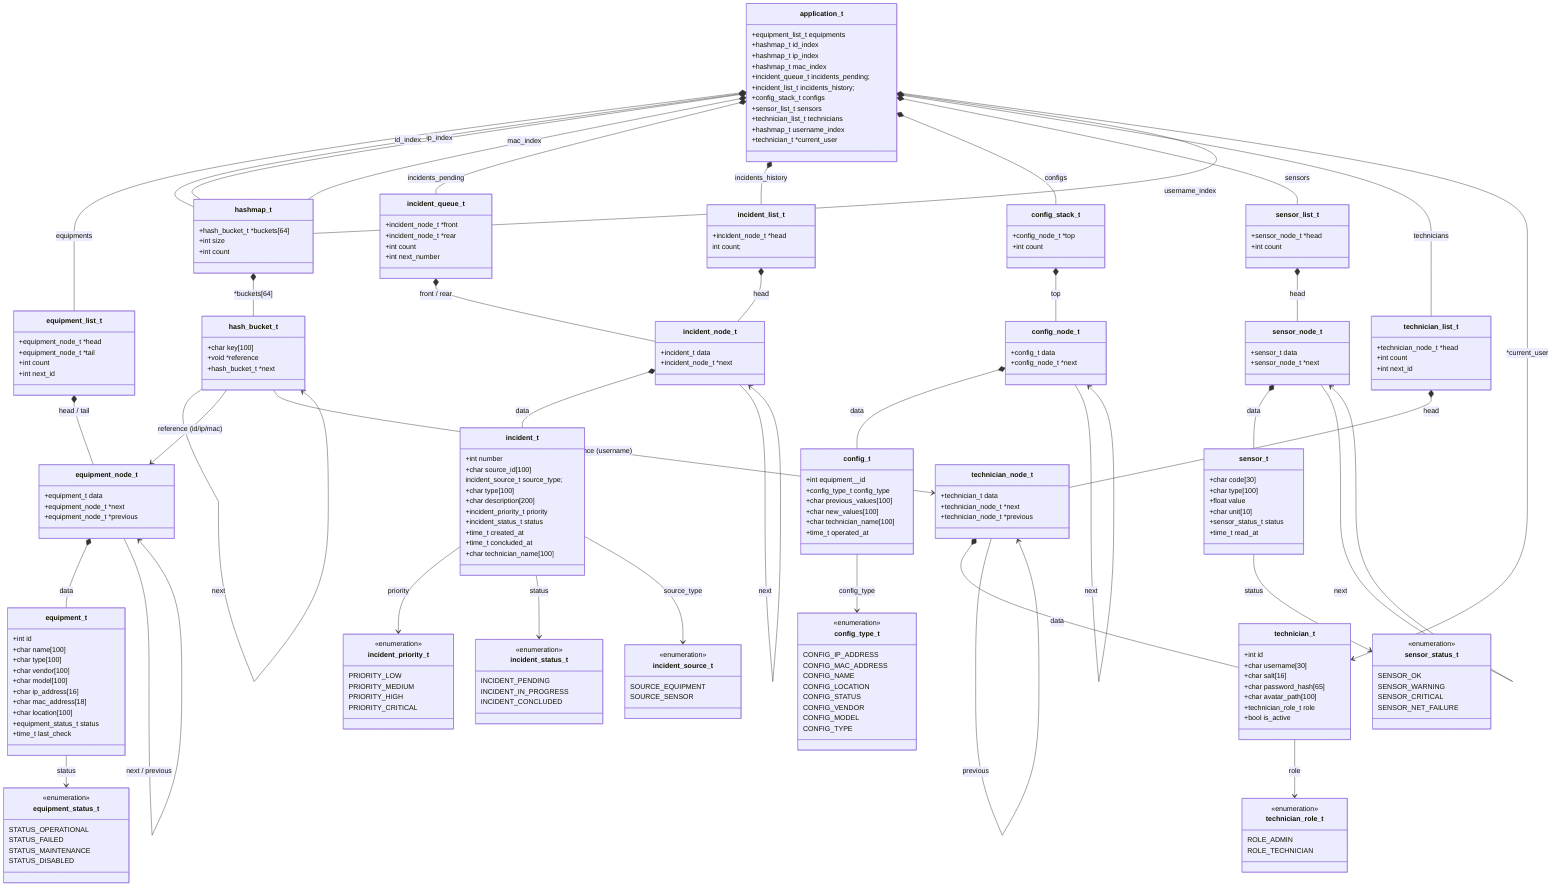
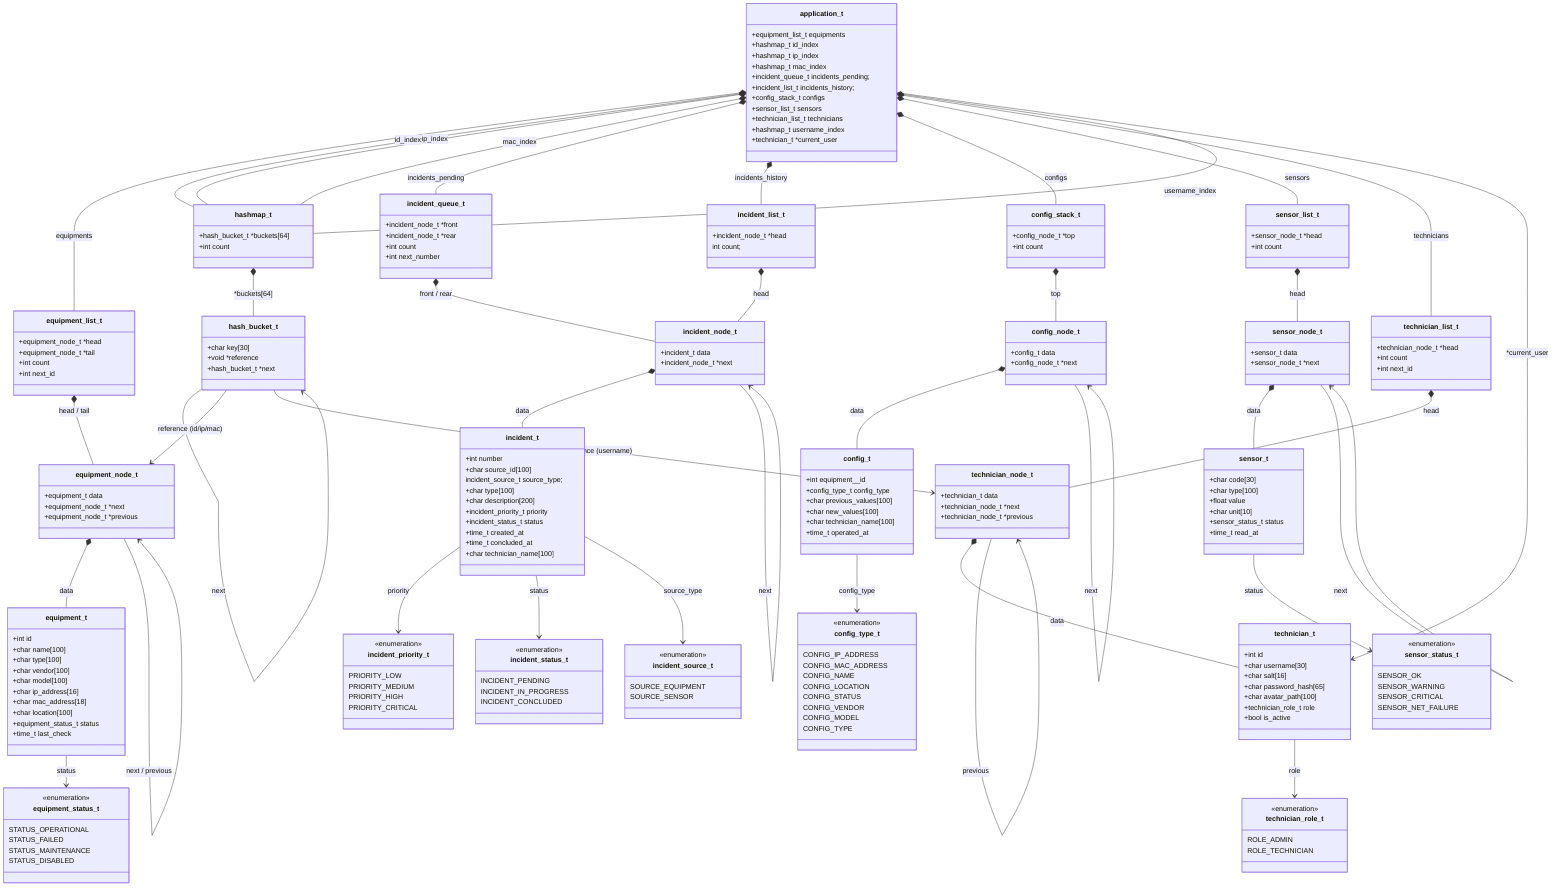
classDiagram

class application_t {
  +equipment_list_t       equipments
  +hashmap_t              id_index
  +hashmap_t              ip_index
  +hashmap_t              mac_index
  +incident_queue_t       incidents_pending;
  +incident_list_t        incidents_history;
  +config_stack_t         configs
  +sensor_list_t          sensors
  +technician_list_t      technicians
  +hashmap_t              username_index
  +technician_t           *current_user
}


class equipment_t {
  +int                     id
  +char                    name[100]
  +char                    type[100]
  +char                    vendor[100]
  +char                    model[100]
  +char                    ip_address[16]
  +char                    mac_address[18]
  +char                    location[100]
  +equipment_status_t      status
  +time_t                  last_check
}

class equipment_node_t {
  +equipment_t           data
  +equipment_node_t      *next
  +equipment_node_t      *previous
}

class equipment_list_t {
  +equipment_node_t      *head
  +equipment_node_t      *tail
  +int                   count
  +int                   next_id
}



class incident_t {
  +int                      number
  +char                     source_id[100]
  incident_source_t         source_type;
  +char                     type[100]
  +char                     description[200]
  +incident_priority_t      priority
  +incident_status_t        status
  +time_t                   created_at
  +time_t                   concluded_at
  +char                     technician_name[100]
}

class incident_node_t {
  +incident_t           data
  +incident_node_t      *next
}

class incident_queue_t {
  +incident_node_t      *front
  +incident_node_t      *rear
  +int                  count
  +int                  next_number
}

class incident_list_t {
  +incident_node_t      *head
  int                   count;
}



class config_t {
  +int                equipment__id
  +config_type_t      config_type
  +char               previous_values[100]
  +char               new_values[100]
  +char               technician_name[100]
  +time_t             operated_at
}

class config_node_t {
  +config_t           data
  +config_node_t      *next
}

class config_stack_t {
  +config_node_t      *top
  +int                count
}



class sensor_t {
  +char                 code[30]
  +char                 type[100]
  +float                value
  +char                 unit[10]
  +sensor_status_t      status
  +time_t               read_at
}

class sensor_node_t {
  +sensor_t           data
  +sensor_node_t      *next
}

class sensor_list_t {
  +sensor_node_t      *head
  +int                count
}



class technician_t {
  +int                    id
  +char                   username[30]
  +char                   salt[16]
  +char                   password_hash[65]
  +char                   avatar_path[100]
  +technician_role_t      role
  +bool                   is_active
}

class technician_node_t {
  +technician_t           data
  +technician_node_t      *next
  +technician_node_t      *previous
}

class technician_list_t {
  +technician_node_t      *head
  +int                    count
  +int                    next_id
}



class hashmap_t {
  +hash_bucket_t      *buckets[64]
-   +int                size
  +int                count
}

class hash_bucket_t {
-   +char               key[100]
+   +char               key[30]
  +void               *reference
  +hash_bucket_t      *next
}



class equipment_status_t {
  <<enumeration>>
  STATUS_OPERATIONAL
  STATUS_FAILED
  STATUS_MAINTENANCE
  STATUS_DISABLED
}

class incident_priority_t {
  <<enumeration>>
  PRIORITY_LOW
  PRIORITY_MEDIUM
  PRIORITY_HIGH
  PRIORITY_CRITICAL
}

class incident_status_t {
  <<enumeration>>
  INCIDENT_PENDING
  INCIDENT_IN_PROGRESS
  INCIDENT_CONCLUDED
}

class incident_source_t {
  <<enumeration>>
  SOURCE_EQUIPMENT
  SOURCE_SENSOR
}

class config_type_t {
  <<enumeration>>
  CONFIG_IP_ADDRESS
  CONFIG_MAC_ADDRESS
  CONFIG_NAME
  CONFIG_LOCATION
  CONFIG_STATUS
  CONFIG_VENDOR
  CONFIG_MODEL
  CONFIG_TYPE
}

class sensor_status_t {
  <<enumeration>>
  SENSOR_OK
  SENSOR_WARNING
  SENSOR_CRITICAL
  SENSOR_NET_FAILURE
}

class technician_role_t {
  <<enumeration>>
  ROLE_ADMIN
  ROLE_TECHNICIAN
}



application_t *-- equipment_list_t      : equipments
application_t *-- hashmap_t             : id_index
application_t *-- hashmap_t             : ip_index
application_t *-- hashmap_t             : mac_index
application_t *-- incident_queue_t      : incidents_pending
application_t *-- incident_list_t       : incidents_history
application_t *-- config_stack_t        : configs
application_t *-- sensor_list_t         : sensors
application_t *-- technician_list_t     : technicians
application_t *-- hashmap_t             : username_index
application_t --> technician_t          : *current_user



equipment_t --> equipment_status_t         : status
equipment_node_t *-- equipment_t           : data
equipment_node_t --> equipment_node_t      : next / previous
equipment_list_t *-- equipment_node_t      : head / tail



incident_t --> incident_priority_t       : priority
incident_t --> incident_status_t         : status
incident_t --> incident_source_t         : source_type
incident_node_t *-- incident_t           : data
incident_node_t --> incident_node_t      : next
incident_queue_t *-- incident_node_t     : front / rear
incident_list_t *-- incident_node_t      : head


config_t --> config_type_t           : config_type
config_node_t *-- config_t           : data
config_node_t --> config_node_t      : next
config_stack_t *-- config_node_t     : top



sensor_t --> sensor_status_t         : status
sensor_node_t *-- sensor_t           : data
sensor_node_t --> sensor_node_t      : next
sensor_list_t *-- sensor_node_t      : head



technician_t --> technician_role_t           : role
technician_node_t *-- technician_t           : data
technician_node_t --> technician_node_t      : next
technician_node_t --> technician_node_t      : previous
technician_list_t *-- technician_node_t      : head



hashmap_t *-- hash_bucket_t             : *buckets[64]
hash_bucket_t --> hash_bucket_t         : next
hash_bucket_t --> equipment_node_t      : reference (id/ip/mac)
hash_bucket_t --> technician_node_t     : reference (username)
